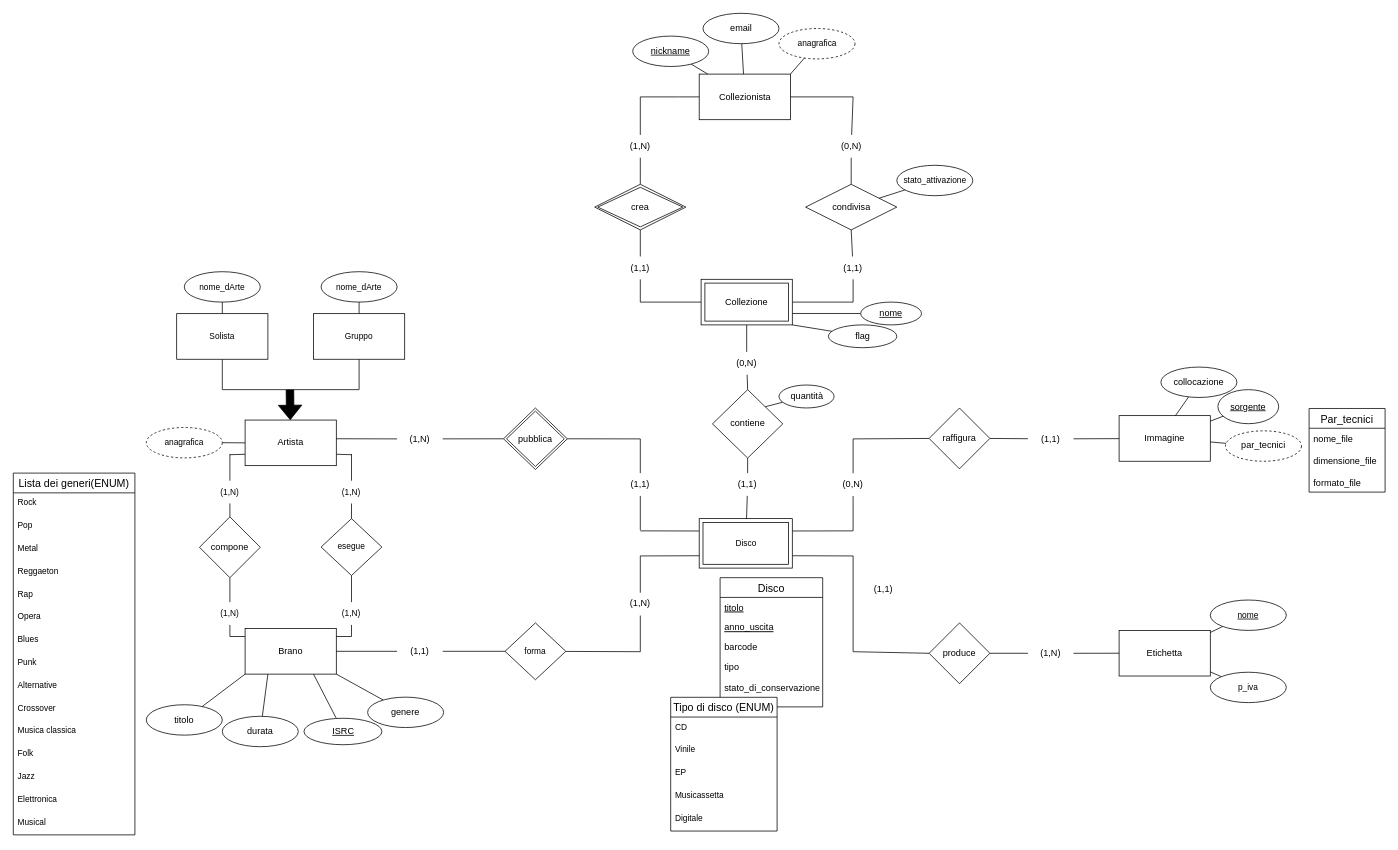
The draw.io diagram page "Iniziale" (1 of 2) of Collectors_ER.drawio in jessvzz/progetto_collezionisti, before the edit. Source tidied: cells renumbered, new cells numbered last; positions are measured from the earlier drawing's top-left corner, leaving out a move shared by most shapes. Both pictures are drawn from the tidied source at 76%, with x=0, y=0 at pixel (13, 13).
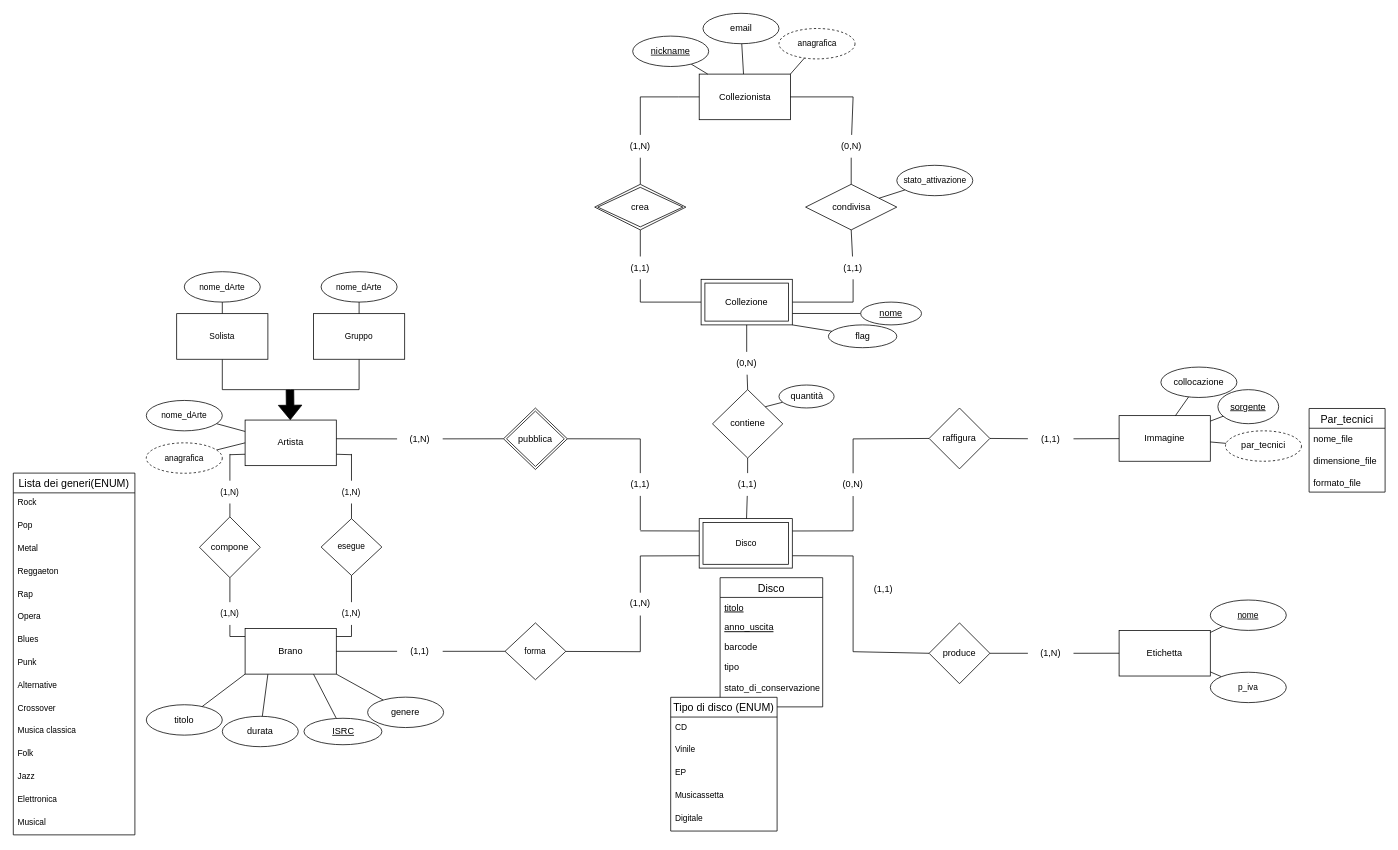
Above is the later version.

The change refers to these unchanged cells:
```xml
<mxCell id="46" value="Artista" style="rounded=0;whiteSpace=wrap;html=1;" parent="1" vertex="1">
  <mxGeometry x="305" y="535.2" width="120" height="60" as="geometry" />
</mxCell>
```

Change to the diagram source:
```diff
@@
     <mxCell id="86" value="anagrafica" style="ellipse;whiteSpace=wrap;html=1;align=center;dashed=1;fontFamily=Helvetica;fontSize=11;fontColor=default;" parent="1" vertex="1">
-      <mxGeometry x="175" y="545" width="100" height="40" as="geometry" />
+      <mxGeometry x="175" y="565.2" width="100" height="40" as="geometry" />
     </mxCell>
@@
+    <mxCell id="157" style="edgeStyle=none;shape=connector;rounded=0;sketch=0;jettySize=auto;html=1;entryX=0;entryY=0.25;entryDx=0;entryDy=0;shadow=0;labelBackgroundColor=default;strokeColor=default;fontFamily=Helvetica;fontSize=11;fontColor=default;endArrow=none;endFill=0;elbow=vertical;" parent="1" edge="1" source="158" target="46">
+      <mxGeometry relative="1" as="geometry" />
+    </mxCell>
+    <mxCell id="158" value="nome_dArte" style="ellipse;whiteSpace=wrap;html=1;align=center;fontFamily=Helvetica;fontSize=11;fontColor=default;" parent="1" vertex="1">
+      <mxGeometry x="175" y="509.4" width="100" height="40" as="geometry" />
+    </mxCell>
```
